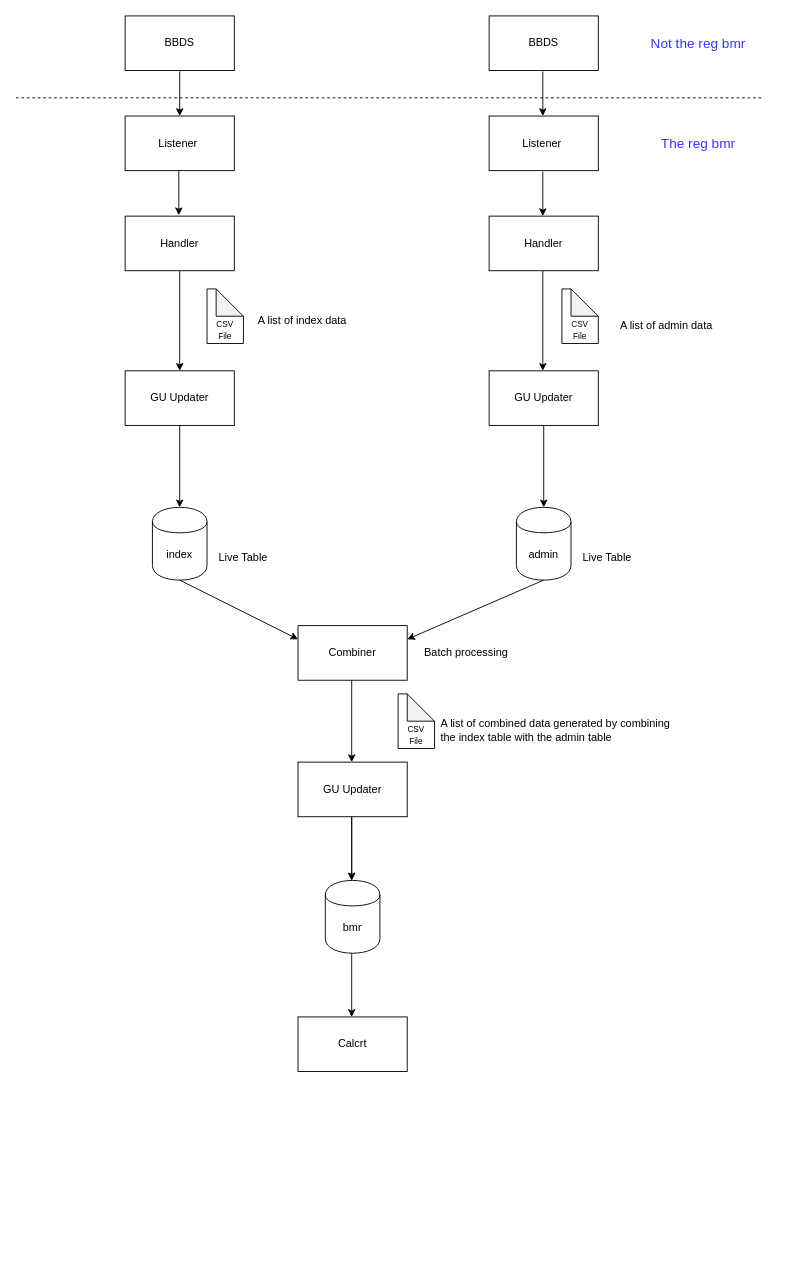
Above: homework/1/src/Untitled Diagram.drawio in LiangRao/15214-Project (draw.io), before the change. Source tidied: cells renumbered, new cells numbered last; positions are measured from the earlier drawing's top-left corner, leaving out a move shared by most shapes. Both pictures are drawn from the tidied source at 91%, with x=0, y=0 at pixel (15, 15).
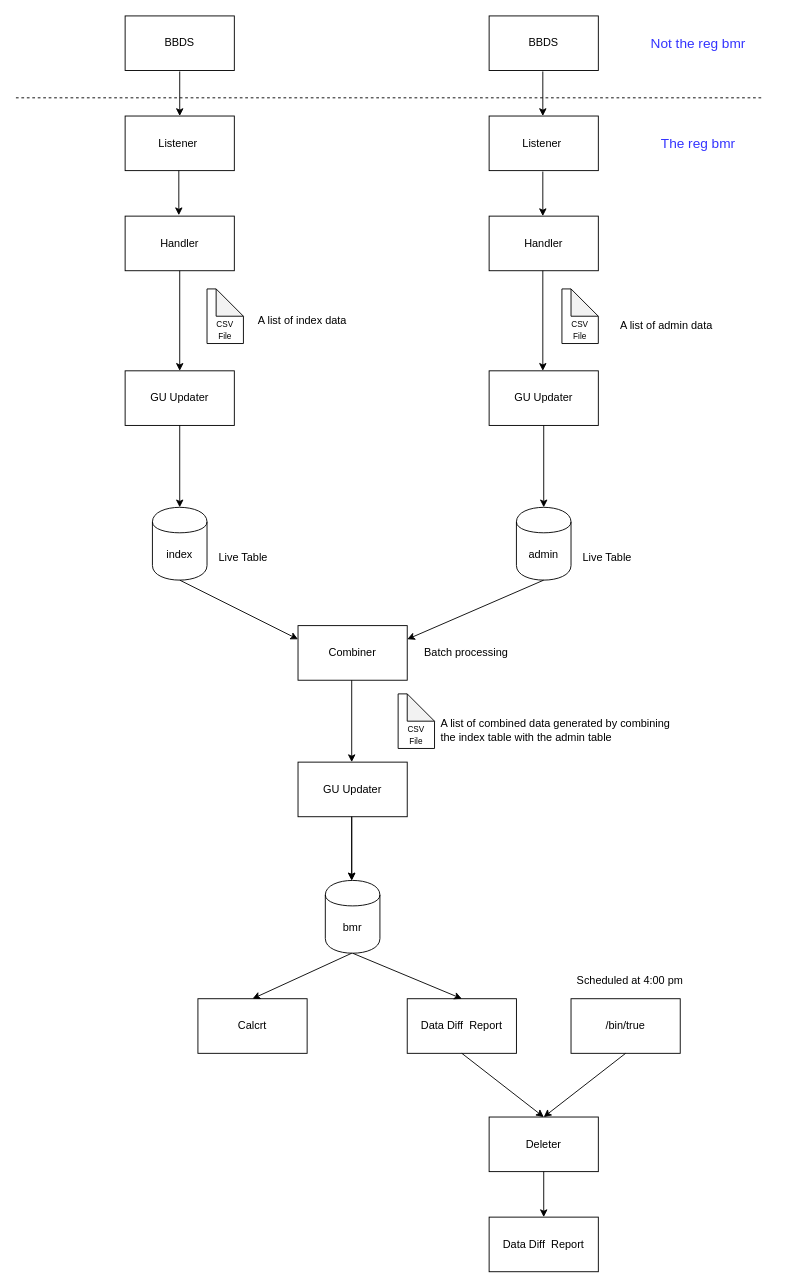
The same page after the edit.

Unchanged cells that the change refers to:
```xml
<mxCell id="25" value="bmr" style="shape=cylinder;whiteSpace=wrap;html=1;boundedLbl=1;backgroundOutline=1;" parent="1" vertex="1">
  <mxGeometry x="340" y="950" width="60" height="80" as="geometry" />
</mxCell>
```

What changed in the source:
```diff
@@
     <mxCell id="15" value="Calcrt" style="rounded=0;whiteSpace=wrap;html=1;" parent="1" vertex="1">
-      <mxGeometry x="310" y="1100" width="120" height="60" as="geometry" />
+      <mxGeometry x="200" y="1080" width="120" height="60" as="geometry" />
     </mxCell>
@@
-    <mxCell id="31" style="endArrow=classic;html=1;" parent="1" edge="1">
+    <mxCell id="31" style="endArrow=classic;html=1;entryX=0.5;entryY=0;entryDx=0;entryDy=0;" parent="1" edge="1" target="15">
       <mxGeometry relative="1" as="geometry">
         <mxPoint x="369" y="1030" as="sourcePoint" />
-        <mxPoint x="369" y="1100" as="targetPoint" />
       </mxGeometry>
     </mxCell>
@@
+    <mxCell id="42" value="Data Diff &amp;nbsp;Report" style="rounded=0;whiteSpace=wrap;html=1;" parent="1" vertex="1">
+      <mxGeometry x="430" y="1080" width="120" height="60" as="geometry" />
+    </mxCell>
+    <mxCell id="43" style="endArrow=classic;html=1;entryX=0.5;entryY=0;entryDx=0;entryDy=0;exitX=0.5;exitY=1;exitDx=0;exitDy=0;" parent="1" edge="1" source="25" target="42">
+      <mxGeometry relative="1" as="geometry" />
+    </mxCell>
+    <mxCell id="44" value="/bin/true" style="rounded=0;whiteSpace=wrap;html=1;" parent="1" vertex="1">
+      <mxGeometry x="610" y="1080" width="120" height="60" as="geometry" />
+    </mxCell>
+    <mxCell id="45" value="Scheduled at 4:00 pm" style="text;html=1;strokeColor=none;fillColor=none;align=center;verticalAlign=middle;whiteSpace=wrap;rounded=0;" parent="1" vertex="1">
+      <mxGeometry x="580" y="1050" width="190" height="20" as="geometry" />
+    </mxCell>
+    <mxCell id="46" style="endArrow=classic;html=1;entryX=0.5;entryY=0;entryDx=0;entryDy=0;" parent="1" edge="1" target="48">
+      <mxGeometry relative="1" as="geometry">
+        <mxPoint x="490" y="1140" as="sourcePoint" />
+      </mxGeometry>
+    </mxCell>
+    <mxCell id="47" style="endArrow=classic;html=1;exitX=0.5;exitY=1;exitDx=0;exitDy=0;entryX=0.5;entryY=0;entryDx=0;entryDy=0;" parent="1" edge="1" source="44" target="48">
+      <mxGeometry relative="1" as="geometry" />
+    </mxCell>
+    <mxCell id="48" value="Deleter" style="rounded=0;whiteSpace=wrap;html=1;" parent="1" vertex="1">
+      <mxGeometry x="520" y="1210" width="120" height="60" as="geometry" />
+    </mxCell>
+    <mxCell id="49" value="Data Diff &amp;nbsp;Report" style="rounded=0;whiteSpace=wrap;html=1;" parent="1" vertex="1">
+      <mxGeometry x="520" y="1320" width="120" height="60" as="geometry" />
+    </mxCell>
+    <mxCell id="50" style="endArrow=classic;html=1;" parent="1" edge="1">
+      <mxGeometry relative="1" as="geometry">
+        <mxPoint x="580" y="1270" as="sourcePoint" />
+        <mxPoint x="580" y="1320" as="targetPoint" />
+      </mxGeometry>
+    </mxCell>
```
